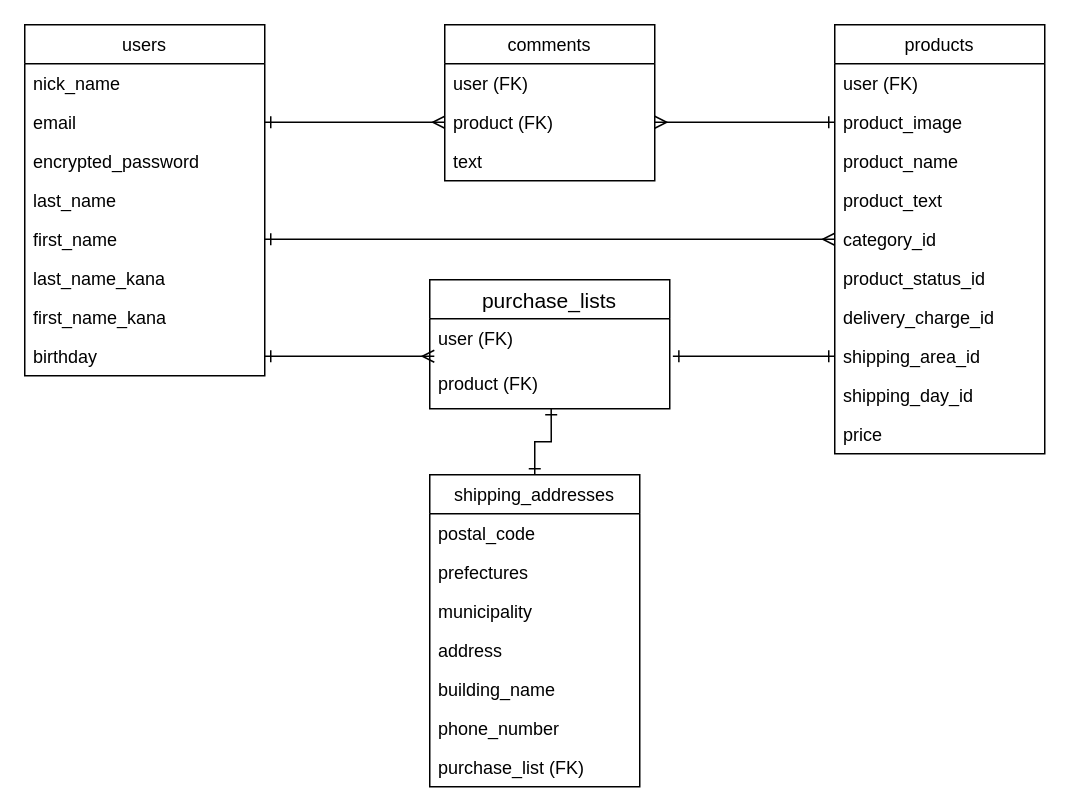
yosuke-76/furima-36093 keeps this draw.io diagram as furima.dio. Above is the earlier version. Source tidied: cells renumbered, new cells numbered last; positions are measured from the earlier drawing's top-left corner, leaving out a move shared by most shapes. Both pictures are drawn from the tidied source at 150%, with x=0, y=0 at pixel (24, 24).
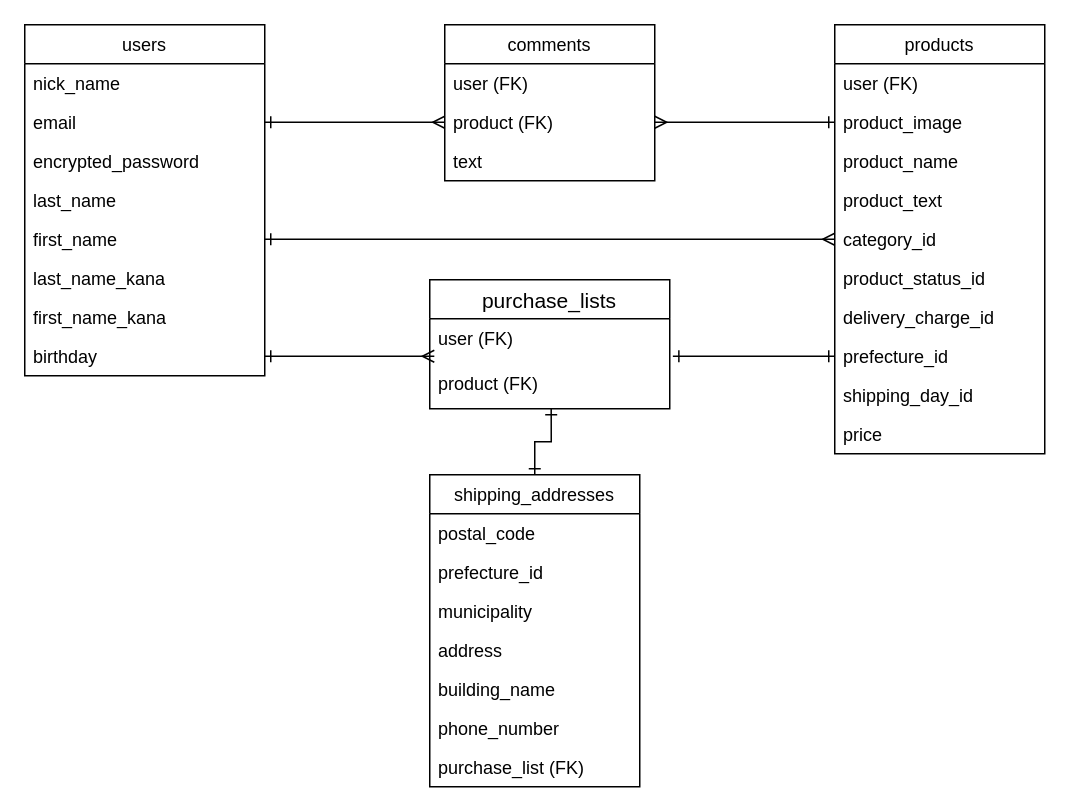
Above is the later version.

Unchanged cells that the change refers to:
```xml
<mxCell id="11" value="products" style="swimlane;fontStyle=0;horizontal=1;startSize=26;" parent="1" vertex="1">
  <mxGeometry x="540" width="140" height="286" as="geometry" />
</mxCell>
<mxCell id="23" value="shipping_addresses" style="swimlane;fontStyle=0;horizontal=1;startSize=26;" parent="1" vertex="1">
  <mxGeometry x="270" y="300" width="140" height="208" as="geometry" />
</mxCell>
```

What changed in the source:
```diff
@@
-    <mxCell id="19" value="shipping_area_id" style="text;strokeColor=none;fillColor=none;align=left;verticalAlign=top;spacingLeft=4;spacingRight=4;overflow=hidden;points=[[0,0.5],[1,0.5]];portConstraint=eastwest;" parent="11" vertex="1">
+    <mxCell id="19" value="prefecture_id" style="text;strokeColor=none;fillColor=none;align=left;verticalAlign=top;spacingLeft=4;spacingRight=4;overflow=hidden;points=[[0,0.5],[1,0.5]];portConstraint=eastwest;" parent="11" vertex="1">
       <mxGeometry y="208" width="140" height="26" as="geometry" />
     </mxCell>
@@
-    <mxCell id="25" value="prefectures" style="text;strokeColor=none;fillColor=none;align=left;verticalAlign=top;spacingLeft=4;spacingRight=4;overflow=hidden;" parent="23" vertex="1">
+    <mxCell id="25" value="prefecture_id" style="text;strokeColor=none;fillColor=none;align=left;verticalAlign=top;spacingLeft=4;spacingRight=4;overflow=hidden;" parent="23" vertex="1">
       <mxGeometry y="52" width="140" height="26" as="geometry" />
     </mxCell>
```
